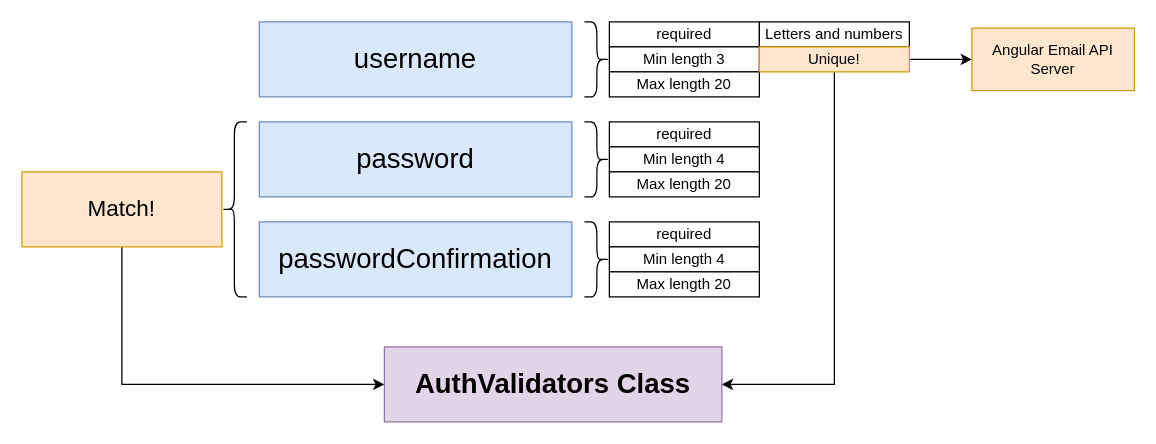
This is page "08 - validation" (8 of 9) of diagrams/auth/diagrams.drawio from StephenGrider/ng-casts, a draw.io file, before an edit. Source tidied: cells renumbered, new cells numbered last; positions are measured from the earlier drawing's top-left corner, leaving out a move shared by most shapes. Both pictures are drawn from the tidied source at 125%, with x=0, y=0 at pixel (21, 21).
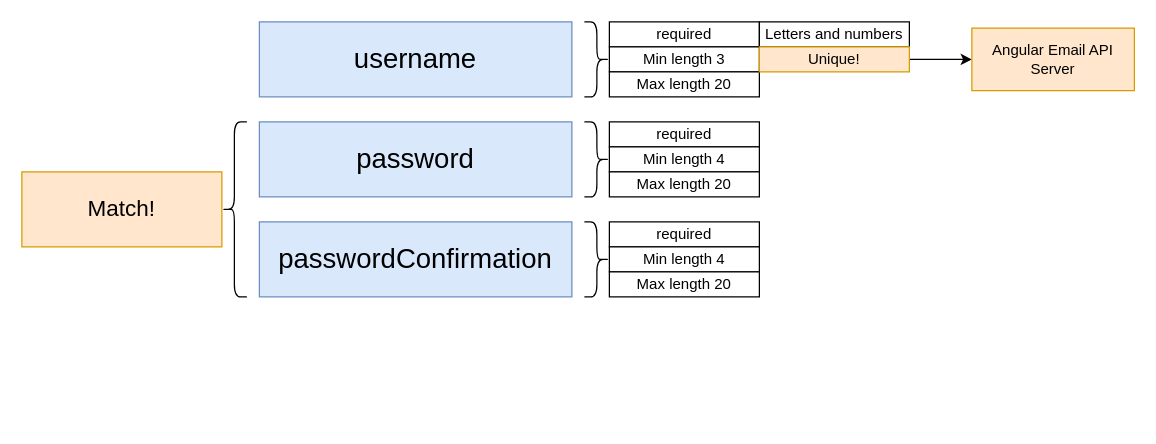
The same page after the edit.

Unchanged cells that the change refers to:
```xml
<mxCell id="20" value="Unique!" style="rounded=0;whiteSpace=wrap;html=1;fontSize=12;align=center;fillColor=#ffe6cc;strokeColor=#d79b00;" parent="1" vertex="1">
  <mxGeometry x="590" y="20" width="120" height="20" as="geometry" />
</mxCell>
<mxCell id="23" value="Match!" style="rounded=0;whiteSpace=wrap;html=1;fontSize=18;align=center;fillColor=#ffe6cc;strokeColor=#d79b00;" parent="1" vertex="1">
  <mxGeometry y="120" width="160" height="60" as="geometry" />
</mxCell>
```

Diff of the diagram source:
```diff
@@
-    <mxCell id="19" style="edgeStyle=orthogonalEdgeStyle;rounded=0;jettySize=auto;html=1;exitX=0.5;exitY=1;exitDx=0;exitDy=0;entryX=1;entryY=0.5;entryDx=0;entryDy=0;fontSize=22;" parent="1" edge="1" source="20" target="25">
-      <mxGeometry relative="1" as="geometry" />
-    </mxCell>
@@
-    <mxCell id="22" style="edgeStyle=orthogonalEdgeStyle;rounded=0;jettySize=auto;html=1;exitX=0.5;exitY=1;exitDx=0;exitDy=0;entryX=0;entryY=0.5;entryDx=0;entryDy=0;fontSize=22;" parent="1" edge="1" source="23" target="25">
-      <mxGeometry relative="1" as="geometry" />
-    </mxCell>
@@
-    <mxCell id="25" value="AuthValidators Class" style="rounded=0;whiteSpace=wrap;html=1;fontSize=22;align=center;fillColor=#e1d5e7;strokeColor=#9673a6;fontStyle=1;" parent="1" vertex="1">
-      <mxGeometry x="290" y="260" width="270" height="60" as="geometry" />
-    </mxCell>
```
